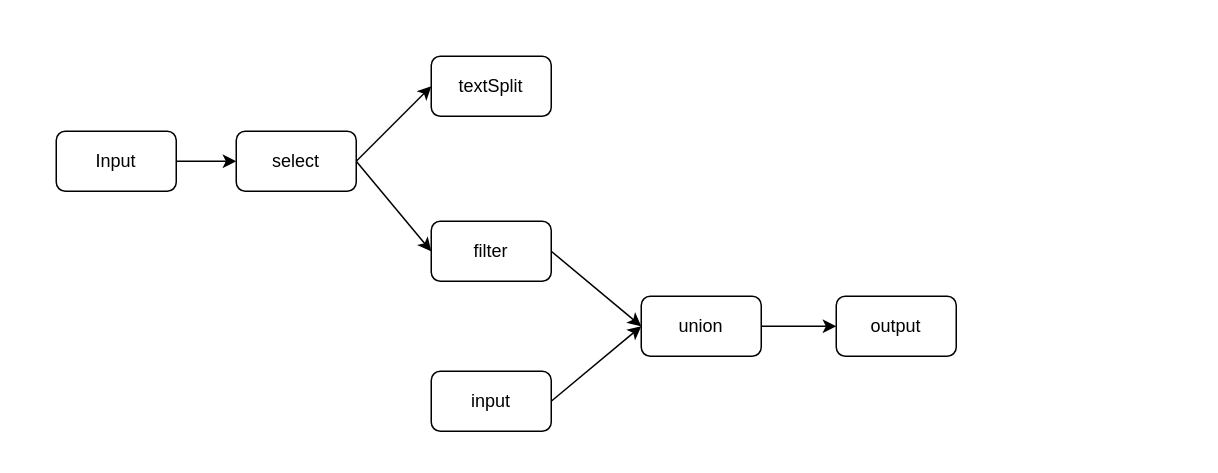
yugecxy/diagram keeps this draw.io diagram as alex.drawio. Above is the earlier version. Source tidied: cells renumbered, new cells numbered last; positions are measured from the earlier drawing's top-left corner, leaving out a move shared by most shapes. Both pictures are drawn from the tidied source at 150%, with x=0, y=0 at pixel (56, 56).
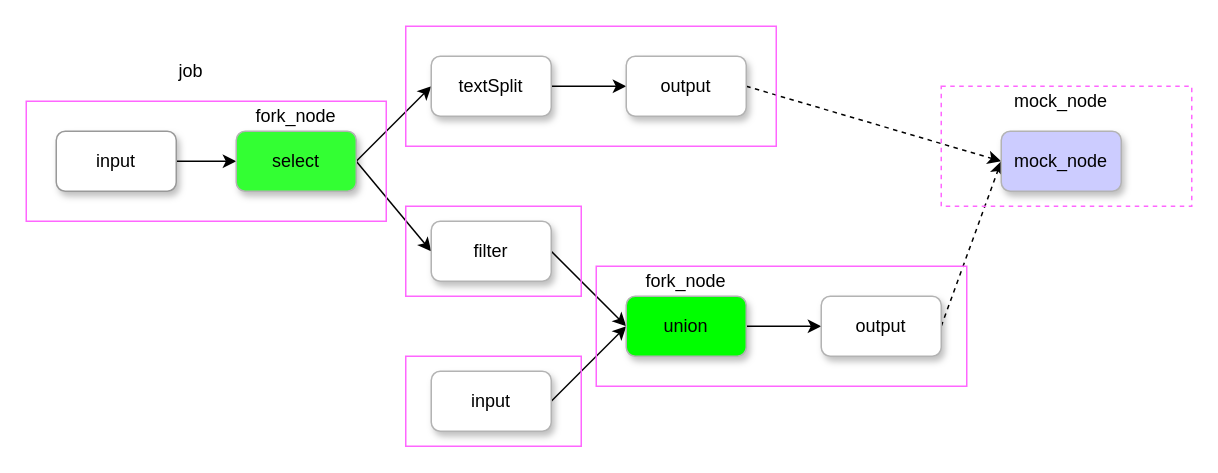
The same page after the edit.

Diff of the diagram source:
```diff
@@
-    <mxCell id="3" value="Input" style="rounded=1;whiteSpace=wrap;html=1;" parent="1" vertex="1">
+    <mxCell id="3" value="input" style="rounded=1;whiteSpace=wrap;html=1;shadow=1;strokeColor=#999999;" parent="1" vertex="1">
       <mxGeometry y="50" width="80" height="40" as="geometry" />
     </mxCell>
@@
-    <mxCell id="6" value="select" style="rounded=1;whiteSpace=wrap;html=1;" parent="1" vertex="1">
+    <mxCell id="6" value="select" style="rounded=1;whiteSpace=wrap;html=1;shadow=1;strokeColor=#B3B3B3;fillColor=#33FF33;" parent="1" vertex="1">
       <mxGeometry x="120" y="50" width="80" height="40" as="geometry" />
     </mxCell>
+    <mxCell id="15" style="edgeStyle=orthogonalEdgeStyle;rounded=0;jettySize=auto;html=1;exitX=1;exitY=0.5;exitDx=0;exitDy=0;entryX=0;entryY=0.5;entryDx=0;entryDy=0;" parent="1" edge="1" source="7" target="18">
+      <mxGeometry relative="1" as="geometry" />
+    </mxCell>
-    <mxCell id="7" value="textSplit" style="rounded=1;whiteSpace=wrap;html=1;" parent="1" vertex="1">
+    <mxCell id="7" value="textSplit" style="rounded=1;whiteSpace=wrap;html=1;shadow=1;strokeColor=#B3B3B3;" parent="1" vertex="1">
       <mxGeometry x="250" width="80" height="40" as="geometry" />
     </mxCell>
@@
-    <mxCell id="9" value="filter" style="rounded=1;whiteSpace=wrap;html=1;" parent="1" vertex="1">
+    <mxCell id="9" value="filter" style="rounded=1;whiteSpace=wrap;html=1;shadow=1;strokeColor=#B3B3B3;" parent="1" vertex="1">
       <mxGeometry x="250" y="110" width="80" height="40" as="geometry" />
     </mxCell>
@@
-    <mxCell id="11" value="input" style="rounded=1;whiteSpace=wrap;html=1;" parent="1" vertex="1">
+    <mxCell id="11" value="input" style="rounded=1;whiteSpace=wrap;html=1;shadow=1;strokeColor=#B3B3B3;" parent="1" vertex="1">
       <mxGeometry x="250" y="210" width="80" height="40" as="geometry" />
     </mxCell>
@@
-    <mxCell id="13" value="union" style="rounded=1;whiteSpace=wrap;html=1;" parent="1" vertex="1">
-      <mxGeometry x="390" y="160" width="80" height="40" as="geometry" />
+    <mxCell id="13" value="union" style="rounded=1;whiteSpace=wrap;html=1;shadow=1;strokeColor=#B3B3B3;fillColor=#00FF00;" parent="1" vertex="1">
+      <mxGeometry x="380" y="160" width="80" height="40" as="geometry" />
     </mxCell>
+    <mxCell id="16" style="rounded=0;jettySize=auto;html=1;exitX=1;exitY=0.5;exitDx=0;exitDy=0;entryX=0;entryY=0.5;entryDx=0;entryDy=0;dashed=1;" parent="1" edge="1" source="14" target="24">
+      <mxGeometry relative="1" as="geometry" />
+    </mxCell>
-    <mxCell id="14" value="output" style="rounded=1;whiteSpace=wrap;html=1;" parent="1" vertex="1">
-      <mxGeometry x="520" y="160" width="80" height="40" as="geometry" />
+    <mxCell id="14" value="output" style="rounded=1;whiteSpace=wrap;html=1;shadow=1;strokeColor=#B3B3B3;" parent="1" vertex="1">
+      <mxGeometry x="510" y="160" width="80" height="40" as="geometry" />
     </mxCell>
+    <mxCell id="17" style="edgeStyle=none;rounded=0;jettySize=auto;html=1;exitX=1;exitY=0.5;exitDx=0;exitDy=0;entryX=0;entryY=0.5;entryDx=0;entryDy=0;dashed=1;" parent="1" edge="1" source="18" target="24">
+      <mxGeometry relative="1" as="geometry" />
+    </mxCell>
+    <mxCell id="18" value="output" style="rounded=1;whiteSpace=wrap;html=1;shadow=1;strokeColor=#B3B3B3;" parent="1" vertex="1">
+      <mxGeometry x="380" width="80" height="40" as="geometry" />
+    </mxCell>
+    <mxCell id="19" style="rounded=0;whiteSpace=wrap;html=1;shadow=0;strokeColor=#FF66FF;fillColor=none;" parent="1" vertex="1">
+      <mxGeometry x="-20" y="30" width="240" height="80" as="geometry" />
+    </mxCell>
+    <mxCell id="20" style="rounded=0;whiteSpace=wrap;html=1;shadow=0;strokeColor=#FF66FF;fillColor=none;" parent="1" vertex="1">
+      <mxGeometry x="233" y="-20" width="247" height="80" as="geometry" />
+    </mxCell>
+    <mxCell id="21" style="rounded=0;whiteSpace=wrap;html=1;shadow=0;strokeColor=#FF66FF;fillColor=none;" parent="1" vertex="1">
+      <mxGeometry x="233" y="100" width="117" height="60" as="geometry" />
+    </mxCell>
+    <mxCell id="22" style="rounded=0;whiteSpace=wrap;html=1;shadow=0;strokeColor=#FF66FF;fillColor=none;" parent="1" vertex="1">
+      <mxGeometry x="233" y="200" width="117" height="60" as="geometry" />
+    </mxCell>
+    <mxCell id="23" style="rounded=0;whiteSpace=wrap;html=1;shadow=0;strokeColor=#FF66FF;fillColor=none;" parent="1" vertex="1">
+      <mxGeometry x="360" y="140" width="247" height="80" as="geometry" />
+    </mxCell>
+    <mxCell id="24" value="mock_node" style="rounded=1;whiteSpace=wrap;html=1;shadow=1;strokeColor=#B3B3B3;fillColor=#CCCCFF;" parent="1" vertex="1">
+      <mxGeometry x="630" y="50" width="80" height="40" as="geometry" />
+    </mxCell>
+    <mxCell id="25" value="mock_node" style="text;html=1;strokeColor=none;fillColor=none;align=center;verticalAlign=middle;whiteSpace=wrap;rounded=0;shadow=0;" parent="1" vertex="1">
+      <mxGeometry x="650" y="20" width="40" height="20" as="geometry" />
+    </mxCell>
+    <mxCell id="26" value="fork_node" style="text;html=1;strokeColor=none;fillColor=none;align=center;verticalAlign=middle;whiteSpace=wrap;rounded=0;shadow=0;" parent="1" vertex="1">
+      <mxGeometry x="400" y="140" width="40" height="20" as="geometry" />
+    </mxCell>
+    <mxCell id="27" value="fork_node" style="text;html=1;strokeColor=none;fillColor=none;align=center;verticalAlign=middle;whiteSpace=wrap;rounded=0;shadow=0;" parent="1" vertex="1">
+      <mxGeometry x="140" y="30" width="40" height="20" as="geometry" />
+    </mxCell>
+    <mxCell id="28" value="job" style="text;html=1;strokeColor=none;fillColor=none;align=center;verticalAlign=middle;whiteSpace=wrap;rounded=0;shadow=0;" parent="1" vertex="1">
+      <mxGeometry x="70" width="40" height="20" as="geometry" />
+    </mxCell>
+    <mxCell id="29" style="rounded=0;whiteSpace=wrap;html=1;shadow=0;strokeColor=#FF66FF;fillColor=none;dashed=1;" parent="1" vertex="1">
+      <mxGeometry x="590" y="20" width="167" height="80" as="geometry" />
+    </mxCell>
```
